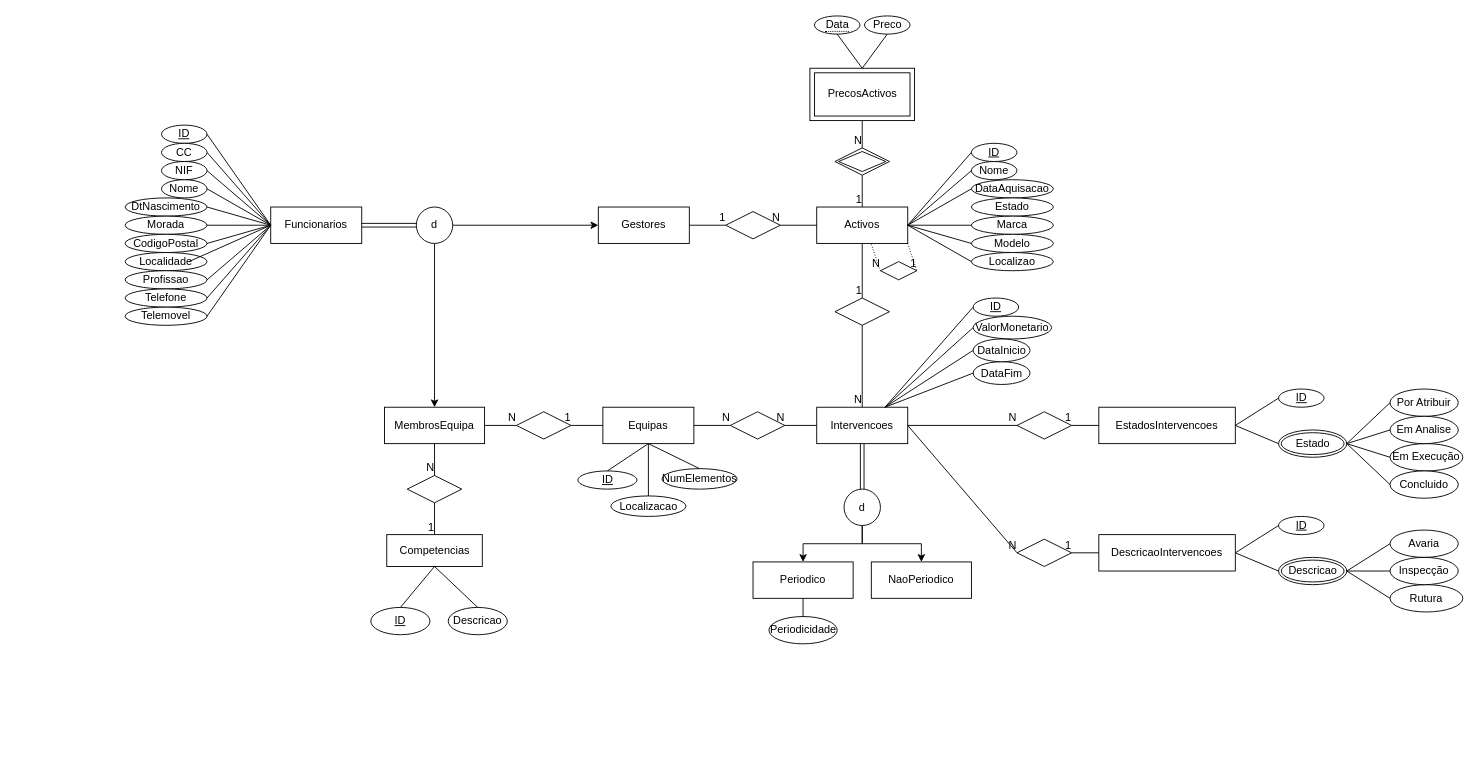
Before: Diagrama.drawio in JLuzioS/SI2A, a draw.io diagram. Source tidied: cells renumbered, new cells numbered last; positions are measured from the earlier drawing's top-left corner, leaving out a move shared by most shapes. Both pictures are drawn from the tidied source at 91%, with x=0, y=0 at pixel (125, 15).
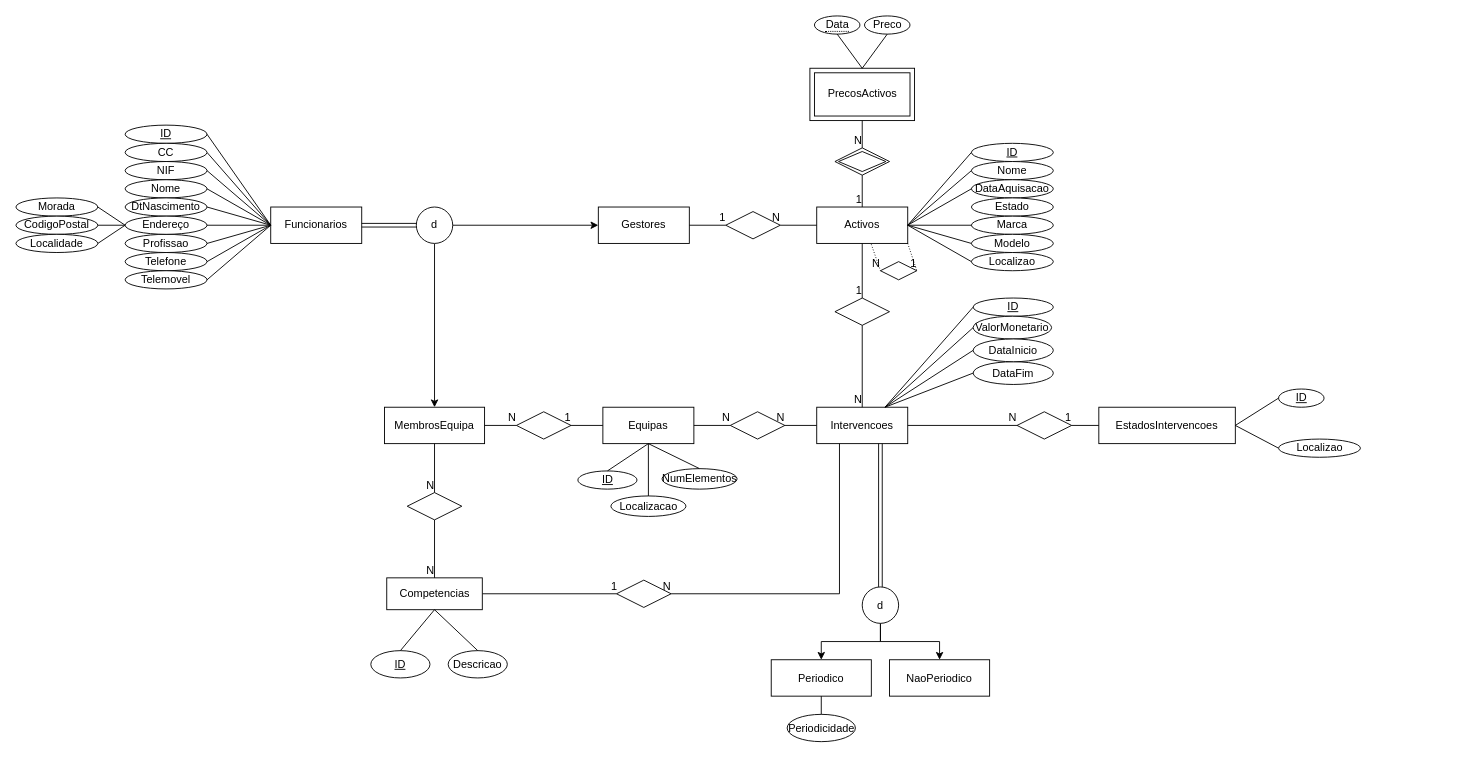
The same diagram, later.

The change refers to these unchanged cells:
```xml
<mxCell id="14" value="Intervencoes" style="whiteSpace=wrap;html=1;align=center;" parent="1" vertex="1">
  <mxGeometry x="760" y="430" width="100" height="40" as="geometry" />
</mxCell>
<mxCell id="15" value="Funcionarios" style="whiteSpace=wrap;html=1;align=center;" parent="1" vertex="1">
  <mxGeometry x="160" y="210" width="100" height="40" as="geometry" />
</mxCell>
<mxCell id="19" value="EstadosIntervencoes" style="whiteSpace=wrap;html=1;align=center;" parent="1" vertex="1">
  <mxGeometry x="1070" y="430" width="150" height="40" as="geometry" />
</mxCell>
```

What changed in the source:
```diff
@@
-    <mxCell id="20" value="DescricaoIntervencoes" style="whiteSpace=wrap;html=1;align=center;" parent="1" vertex="1">
-      <mxGeometry x="1070" y="570" width="150" height="40" as="geometry" />
-    </mxCell>
@@
     <mxCell id="43" style="shape=rhombus;perimeter=rhombusPerimeter;whiteSpace=wrap;html=1;align=center;" parent="1" vertex="1">
-      <mxGeometry x="980.1" y="575" width="60" height="30" as="geometry" />
+      <mxGeometry x="540" y="620" width="60" height="30" as="geometry" />
     </mxCell>
@@
-    <mxCell id="46" style="endArrow=none;html=1;rounded=0;entryX=0;entryY=0.5;entryDx=0;entryDy=0;exitX=1;exitY=0.5;exitDx=0;exitDy=0;" parent="1" edge="1" source="14" target="43">
-      <mxGeometry relative="1" as="geometry" />
+    <mxCell id="46" style="endArrow=none;html=1;rounded=0;entryX=1;entryY=0.5;entryDx=0;entryDy=0;exitX=0.25;exitY=1;exitDx=0;exitDy=0;" parent="1" edge="1" source="14" target="43">
+      <mxGeometry relative="1" as="geometry">
+        <Array as="points">
+          <mxPoint x="785" y="635" />
+        </Array>
+      </mxGeometry>
     </mxCell>
@@
-    <mxCell id="48" style="endArrow=none;html=1;rounded=0;exitX=0;exitY=0.5;exitDx=0;exitDy=0;entryX=1;entryY=0.5;entryDx=0;entryDy=0;" parent="1" edge="1" source="20" target="43">
+    <mxCell id="48" style="endArrow=none;html=1;rounded=0;exitX=1;exitY=0.5;exitDx=0;exitDy=0;entryX=0;entryY=0.5;entryDx=0;entryDy=0;" parent="1" edge="1" source="125" target="43">
       <mxGeometry relative="1" as="geometry" />
     </mxCell>
@@
     <mxCell id="57" value="d" style="ellipse;whiteSpace=wrap;html=1;" parent="1" vertex="1">
-      <mxGeometry x="790" y="520" width="40" height="40" as="geometry" />
+      <mxGeometry x="810" y="627.5" width="40" height="40" as="geometry" />
     </mxCell>
-    <mxCell id="58" style="shape=link;html=1;rounded=0;entryX=0.5;entryY=0;entryDx=0;entryDy=0;exitX=0.5;exitY=1;exitDx=0;exitDy=0;" parent="1" edge="1" source="14" target="57">
-      <mxGeometry relative="1" as="geometry" />
+    <mxCell id="58" style="shape=link;html=1;rounded=0;entryX=0.5;entryY=0;entryDx=0;entryDy=0;" parent="1" edge="1" target="57">
+      <mxGeometry relative="1" as="geometry">
+        <mxPoint x="830" y="470" as="sourcePoint" />
+      </mxGeometry>
     </mxCell>
     <mxCell id="59" value="Periodico" style="whiteSpace=wrap;html=1;align=center;" parent="1" vertex="1">
-      <mxGeometry x="690" y="600" width="110" height="40" as="geometry" />
+      <mxGeometry x="710" y="707.5" width="110" height="40" as="geometry" />
     </mxCell>
     <mxCell id="60" value="NaoPeriodico" style="whiteSpace=wrap;html=1;align=center;" parent="1" vertex="1">
-      <mxGeometry x="820" y="600" width="110" height="40" as="geometry" />
+      <mxGeometry x="840" y="707.5" width="110" height="40" as="geometry" />
     </mxCell>
@@
     <mxCell id="65" value="ID" style="ellipse;whiteSpace=wrap;html=1;align=center;fontStyle=4;" parent="1" vertex="1">
-      <mxGeometry x="930" y="140" width="50" height="20" as="geometry" />
+      <mxGeometry x="930" y="140" width="90" height="20" as="geometry" />
     </mxCell>
     <mxCell id="66" value="Nome" style="ellipse;whiteSpace=wrap;html=1;align=center;" parent="1" vertex="1">
-      <mxGeometry x="930" y="160" width="50" height="20" as="geometry" />
+      <mxGeometry x="930" y="160" width="90" height="20" as="geometry" />
     </mxCell>
@@
     <mxCell id="68" value="DataFim" style="ellipse;whiteSpace=wrap;html=1;align=center;" parent="1" vertex="1">
-      <mxGeometry x="931.9" y="380" width="62.5" height="25" as="geometry" />
+      <mxGeometry x="931.9" y="380" width="88.1" height="25" as="geometry" />
     </mxCell>
@@
     <mxCell id="71" value="Periodicidade" style="ellipse;whiteSpace=wrap;html=1;align=center;" parent="1" vertex="1">
-      <mxGeometry x="707.5" y="660" width="75" height="30" as="geometry" />
+      <mxGeometry x="727.5" y="767.5" width="75" height="30" as="geometry" />
     </mxCell>
@@
     <mxCell id="85" value="NIF" style="ellipse;whiteSpace=wrap;html=1;align=center;" parent="1" vertex="1">
-      <mxGeometry x="40" y="160" width="50" height="20" as="geometry" />
+      <mxGeometry y="160" width="90" height="20" as="geometry" />
     </mxCell>
     <mxCell id="86" value="Nome" style="ellipse;whiteSpace=wrap;html=1;align=center;" parent="1" vertex="1">
-      <mxGeometry x="40" y="180" width="50" height="20" as="geometry" />
+      <mxGeometry y="180" width="90" height="20" as="geometry" />
     </mxCell>
@@
     <mxCell id="88" value="Morada" style="ellipse;whiteSpace=wrap;html=1;align=center;" parent="1" vertex="1">
-      <mxGeometry y="220" width="90" height="20" as="geometry" />
+      <mxGeometry x="-120" y="200" width="90" height="20" as="geometry" />
     </mxCell>
     <mxCell id="89" value="CodigoPostal" style="ellipse;whiteSpace=wrap;html=1;align=center;" parent="1" vertex="1">
-      <mxGeometry y="240" width="90" height="20" as="geometry" />
+      <mxGeometry x="-120" y="220" width="90" height="20" as="geometry" />
     </mxCell>
     <mxCell id="90" value="Localidade" style="ellipse;whiteSpace=wrap;html=1;align=center;" parent="1" vertex="1">
-      <mxGeometry y="260" width="90" height="20" as="geometry" />
+      <mxGeometry x="-120" y="240" width="90" height="20" as="geometry" />
     </mxCell>
     <mxCell id="91" value="Profissao" style="ellipse;whiteSpace=wrap;html=1;align=center;" parent="1" vertex="1">
-      <mxGeometry y="280" width="90" height="20" as="geometry" />
+      <mxGeometry y="240" width="90" height="20" as="geometry" />
     </mxCell>
     <mxCell id="92" value="Telefone" style="ellipse;whiteSpace=wrap;html=1;align=center;" parent="1" vertex="1">
-      <mxGeometry y="300" width="90" height="20" as="geometry" />
+      <mxGeometry y="260" width="90" height="20" as="geometry" />
     </mxCell>
     <mxCell id="93" value="Telemovel" style="ellipse;whiteSpace=wrap;html=1;align=center;" parent="1" vertex="1">
-      <mxGeometry y="320" width="90" height="20" as="geometry" />
+      <mxGeometry y="280" width="90" height="20" as="geometry" />
     </mxCell>
@@
-    <mxCell id="97" style="endArrow=none;html=1;rounded=0;exitX=1;exitY=0.5;exitDx=0;exitDy=0;entryX=0;entryY=0.5;entryDx=0;entryDy=0;" parent="1" edge="1" source="88" target="15">
+    <mxCell id="97" style="endArrow=none;html=1;rounded=0;exitX=1;exitY=0.5;exitDx=0;exitDy=0;entryX=0;entryY=0.5;entryDx=0;entryDy=0;" parent="1" edge="1" source="88" target="149">
       <mxGeometry relative="1" as="geometry" />
     </mxCell>
-    <mxCell id="98" style="endArrow=none;html=1;rounded=0;entryX=0;entryY=0.5;entryDx=0;entryDy=0;" parent="1" edge="1" target="15">
-      <mxGeometry relative="1" as="geometry">
-        <mxPoint x="70" y="270" as="sourcePoint" />
-      </mxGeometry>
+    <mxCell id="98" style="endArrow=none;html=1;rounded=0;exitX=1;exitY=0.5;exitDx=0;exitDy=0;entryX=0;entryY=0.5;entryDx=0;entryDy=0;" parent="1" edge="1" source="90" target="149">
+      <mxGeometry relative="1" as="geometry" />
     </mxCell>
-    <mxCell id="99" style="endArrow=none;html=1;rounded=0;entryX=0;entryY=0.5;entryDx=0;entryDy=0;exitX=1;exitY=0.5;exitDx=0;exitDy=0;" parent="1" edge="1" source="89" target="15">
+    <mxCell id="99" style="endArrow=none;html=1;rounded=0;exitX=1;exitY=0.5;exitDx=0;exitDy=0;entryX=0;entryY=0.5;entryDx=0;entryDy=0;" parent="1" edge="1" source="89" target="149">
       <mxGeometry relative="1" as="geometry" />
     </mxCell>
@@
-    <mxCell id="104" value="Estado" style="ellipse;shape=doubleEllipse;margin=3;whiteSpace=wrap;html=1;align=center;" parent="1" vertex="1">
-      <mxGeometry x="1267.5" y="455" width="75" height="30" as="geometry" />
-    </mxCell>
-    <mxCell id="105" value="Por Atribuir" style="ellipse;whiteSpace=wrap;html=1;align=center;" parent="1" vertex="1">
-      <mxGeometry x="1390" y="410" width="75" height="30" as="geometry" />
-    </mxCell>
-    <mxCell id="106" value="Em Execução" style="ellipse;whiteSpace=wrap;html=1;align=center;" parent="1" vertex="1">
-      <mxGeometry x="1390" y="470" width="80" height="30" as="geometry" />
-    </mxCell>
-    <mxCell id="107" value="Concluido" style="ellipse;whiteSpace=wrap;html=1;align=center;" parent="1" vertex="1">
-      <mxGeometry x="1390" y="500" width="75" height="30" as="geometry" />
-    </mxCell>
-    <mxCell id="108" value="Em Analise&lt;br&gt;" style="ellipse;whiteSpace=wrap;html=1;align=center;" parent="1" vertex="1">
-      <mxGeometry x="1390" y="440" width="75" height="30" as="geometry" />
-    </mxCell>
-    <mxCell id="109" style="endArrow=none;html=1;rounded=0;exitX=0;exitY=0.5;exitDx=0;exitDy=0;entryX=1;entryY=0.5;entryDx=0;entryDy=0;" parent="1" edge="1" source="105" target="104">
-      <mxGeometry relative="1" as="geometry" />
-    </mxCell>
-    <mxCell id="110" style="endArrow=none;html=1;rounded=0;exitX=0;exitY=0.5;exitDx=0;exitDy=0;entryX=1;entryY=0.5;entryDx=0;entryDy=0;" parent="1" edge="1" source="104" target="19">
+    <mxCell id="110" style="endArrow=none;html=1;rounded=0;exitX=0;exitY=0.5;exitDx=0;exitDy=0;entryX=1;entryY=0.5;entryDx=0;entryDy=0;" parent="1" edge="1" source="151" target="19">
       <mxGeometry relative="1" as="geometry" />
     </mxCell>
@@
-    <mxCell id="112" style="endArrow=none;html=1;rounded=0;exitX=0;exitY=0.5;exitDx=0;exitDy=0;entryX=1;entryY=0.5;entryDx=0;entryDy=0;" parent="1" edge="1" source="108" target="104">
-      <mxGeometry relative="1" as="geometry" />
-    </mxCell>
-    <mxCell id="113" style="endArrow=none;html=1;rounded=0;exitX=0;exitY=0.5;exitDx=0;exitDy=0;entryX=1;entryY=0.5;entryDx=0;entryDy=0;" parent="1" edge="1" source="106" target="104">
-      <mxGeometry relative="1" as="geometry" />
-    </mxCell>
-    <mxCell id="114" style="endArrow=none;html=1;rounded=0;exitX=0;exitY=0.5;exitDx=0;exitDy=0;entryX=1;entryY=0.5;entryDx=0;entryDy=0;" parent="1" edge="1" source="107" target="104">
-      <mxGeometry relative="1" as="geometry" />
-    </mxCell>
-    <mxCell id="115" value="ID" style="ellipse;whiteSpace=wrap;html=1;align=center;fontStyle=4;" parent="1" vertex="1">
-      <mxGeometry x="1267.5" y="550" width="50" height="20" as="geometry" />
-    </mxCell>
-    <mxCell id="116" value="Descricao" style="ellipse;shape=doubleEllipse;margin=3;whiteSpace=wrap;html=1;align=center;" parent="1" vertex="1">
-      <mxGeometry x="1267.5" y="595" width="75" height="30" as="geometry" />
-    </mxCell>
-    <mxCell id="117" value="Avaria" style="ellipse;whiteSpace=wrap;html=1;align=center;" parent="1" vertex="1">
-      <mxGeometry x="1390" y="565" width="75" height="30" as="geometry" />
-    </mxCell>
-    <mxCell id="118" value="Rutura" style="ellipse;whiteSpace=wrap;html=1;align=center;" parent="1" vertex="1">
-      <mxGeometry x="1390" y="625" width="80" height="30" as="geometry" />
-    </mxCell>
-    <mxCell id="119" value="Inspecção" style="ellipse;whiteSpace=wrap;html=1;align=center;" parent="1" vertex="1">
-      <mxGeometry x="1390" y="595" width="75" height="30" as="geometry" />
-    </mxCell>
-    <mxCell id="120" style="endArrow=none;html=1;rounded=0;exitX=0;exitY=0.5;exitDx=0;exitDy=0;entryX=1;entryY=0.5;entryDx=0;entryDy=0;" parent="1" edge="1" source="117" target="116">
-      <mxGeometry relative="1" as="geometry" />
-    </mxCell>
-    <mxCell id="121" style="endArrow=none;html=1;rounded=0;exitX=0;exitY=0.5;exitDx=0;exitDy=0;entryX=1;entryY=0.5;entryDx=0;entryDy=0;" parent="1" edge="1" source="116">
-      <mxGeometry relative="1" as="geometry">
-        <mxPoint x="1220" y="590" as="targetPoint" />
-      </mxGeometry>
-    </mxCell>
-    <mxCell id="122" style="endArrow=none;html=1;rounded=0;exitX=0;exitY=0.5;exitDx=0;exitDy=0;entryX=1;entryY=0.5;entryDx=0;entryDy=0;" parent="1" edge="1" source="115">
-      <mxGeometry relative="1" as="geometry">
-        <mxPoint x="1220" y="590" as="targetPoint" />
-      </mxGeometry>
-    </mxCell>
-    <mxCell id="123" style="endArrow=none;html=1;rounded=0;exitX=0;exitY=0.5;exitDx=0;exitDy=0;entryX=1;entryY=0.5;entryDx=0;entryDy=0;" parent="1" edge="1" source="119" target="116">
-      <mxGeometry relative="1" as="geometry" />
-    </mxCell>
-    <mxCell id="124" style="endArrow=none;html=1;rounded=0;exitX=0;exitY=0.5;exitDx=0;exitDy=0;entryX=1;entryY=0.5;entryDx=0;entryDy=0;" parent="1" edge="1" source="118" target="116">
-      <mxGeometry relative="1" as="geometry" />
-    </mxCell>
     <mxCell id="125" value="Competencias" style="whiteSpace=wrap;html=1;align=center;" parent="1" vertex="1">
-      <mxGeometry x="287.5" y="570" width="105" height="35" as="geometry" />
+      <mxGeometry x="287.5" y="617.5" width="105" height="35" as="geometry" />
     </mxCell>
     <mxCell id="126" style="shape=rhombus;perimeter=rhombusPerimeter;whiteSpace=wrap;html=1;align=center;" parent="1" vertex="1">
-      <mxGeometry x="310" y="505" width="60" height="30" as="geometry" />
+      <mxGeometry x="310" y="523.8" width="60" height="30" as="geometry" />
     </mxCell>
     <mxCell id="127" value="ID" style="ellipse;whiteSpace=wrap;html=1;align=center;fontStyle=4;" parent="1" vertex="1">
-      <mxGeometry x="40" y="120" width="50" height="20" as="geometry" />
+      <mxGeometry y="120" width="90" height="20" as="geometry" />
     </mxCell>
     <mxCell id="128" value="CC" style="ellipse;whiteSpace=wrap;html=1;align=center;" parent="1" vertex="1">
-      <mxGeometry x="40" y="140" width="50" height="20" as="geometry" />
+      <mxGeometry y="140" width="90" height="20" as="geometry" />
     </mxCell>
@@
     <mxCell id="130" value="ID" style="ellipse;whiteSpace=wrap;html=1;align=center;fontStyle=4;" parent="1" vertex="1">
-      <mxGeometry x="270" y="650" width="65" height="30" as="geometry" />
+      <mxGeometry x="270" y="697.5" width="65" height="30" as="geometry" />
     </mxCell>
     <mxCell id="131" value="Descricao" style="ellipse;whiteSpace=wrap;html=1;align=center;" parent="1" vertex="1">
-      <mxGeometry x="355" y="650" width="65" height="30" as="geometry" />
+      <mxGeometry x="355" y="697.5" width="65" height="30" as="geometry" />
     </mxCell>
@@
-    <mxCell id="136" style="endArrow=none;html=1;rounded=0;exitX=0.5;exitY=1;exitDx=0;exitDy=0;entryX=0.5;entryY=0;entryDx=0;entryDy=0;" parent="1" edge="1" source="126" target="125">
-      <mxGeometry relative="1" as="geometry" />
-    </mxCell>
-    <mxCell id="137" value="1" style="html=1;align=right;verticalAlign=bottom;" parent="136" vertex="1">
-      <mxGeometry x="1" relative="1" as="geometry" />
-    </mxCell>
@@
     <mxCell id="142" value="ID" style="ellipse;whiteSpace=wrap;html=1;align=center;fontStyle=4;" parent="1" vertex="1">
-      <mxGeometry x="931.9" y="310" width="50" height="20" as="geometry" />
+      <mxGeometry x="931.9" y="310" width="88.1" height="20" as="geometry" />
     </mxCell>
@@
     <mxCell id="146" value="DataInicio" style="ellipse;whiteSpace=wrap;html=1;align=center;" parent="1" vertex="1">
-      <mxGeometry x="931.9" y="355" width="62.5" height="25" as="geometry" />
+      <mxGeometry x="931.9" y="355" width="88.1" height="25" as="geometry" />
     </mxCell>
@@
+    <mxCell id="136" style="endArrow=none;html=1;rounded=0;entryX=0.5;entryY=0;entryDx=0;entryDy=0;" parent="1" edge="1" source="126" target="125">
+      <mxGeometry relative="1" as="geometry" />
+    </mxCell>
+    <mxCell id="148" value="N" style="html=1;align=right;verticalAlign=bottom;" parent="136" vertex="1">
+      <mxGeometry x="1" relative="1" as="geometry" />
+    </mxCell>
+    <mxCell id="149" value="Endereço" style="ellipse;whiteSpace=wrap;html=1;" parent="1" vertex="1">
+      <mxGeometry y="220" width="90" height="20" as="geometry" />
+    </mxCell>
+    <mxCell id="150" style="endArrow=none;html=1;rounded=0;exitX=1;exitY=0.5;exitDx=0;exitDy=0;entryX=0;entryY=0.5;entryDx=0;entryDy=0;" parent="1" edge="1" source="149" target="15">
+      <mxGeometry relative="1" as="geometry" />
+    </mxCell>
+    <mxCell id="151" value="Localizao" style="ellipse;whiteSpace=wrap;html=1;align=center;" parent="1" vertex="1">
+      <mxGeometry x="1267.5" y="465" width="90" height="20" as="geometry" />
+    </mxCell>
```
